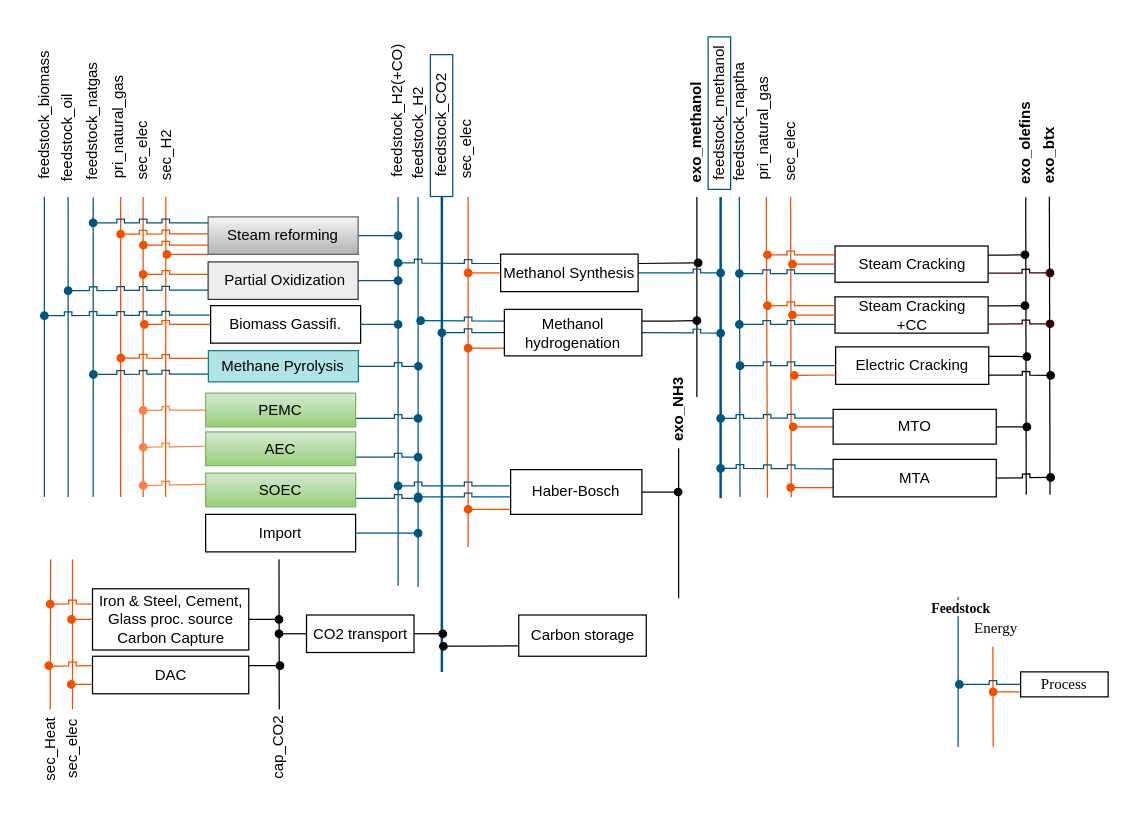
Above: page "Chemi_TAM_new_v04" (5 of 17) of TAM_Industry_RES.drawio in anik-ier/TAM_Industry_RES (draw.io), before the change. Source tidied: cells renumbered, new cells numbered last; positions are measured from the earlier drawing's top-left corner, leaving out a move shared by most shapes. Both pictures are drawn from the tidied source at 125%, with x=0, y=0 at pixel (-42, 21).
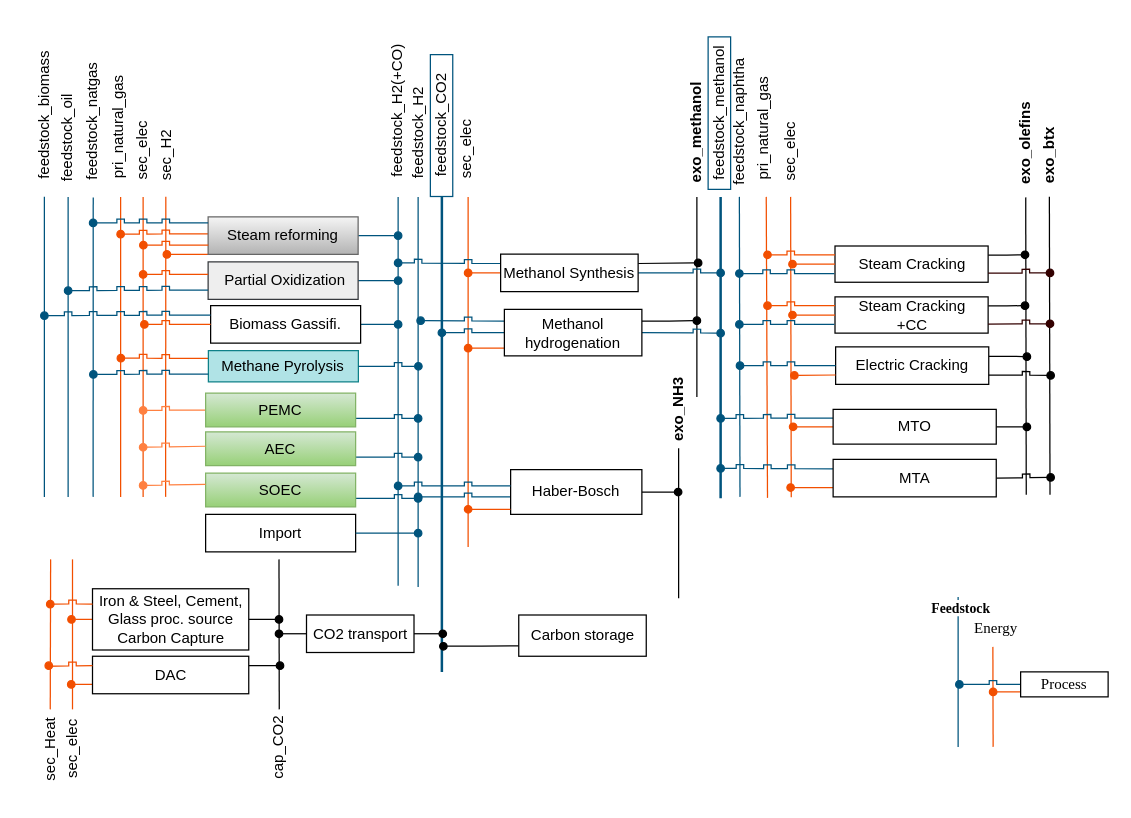
Above is the later version.

The change refers to these unchanged cells:
```xml
<mxCell id="102" style="group;" parent="92" vertex="1">
  <mxGeometry width="30" height="348.3" as="geometry" />
</mxCell>
```

Change to the diagram source:
```diff
@@
-    <mxCell id="104" value="feedstock_naptha" style="text;html=1;strokeColor=none;fillColor=none;align=center;verticalAlign=middle;whiteSpace=wrap;rounded=0;rotation=270;" parent="102" vertex="1">
+    <mxCell id="104" value="feedstock_naphtha" style="text;html=1;strokeColor=none;fillColor=none;align=center;verticalAlign=middle;whiteSpace=wrap;rounded=0;rotation=270;" parent="102" vertex="1">
       <mxGeometry x="-38.1" y="35" width="106.2" height="30" as="geometry" />
     </mxCell>
```
